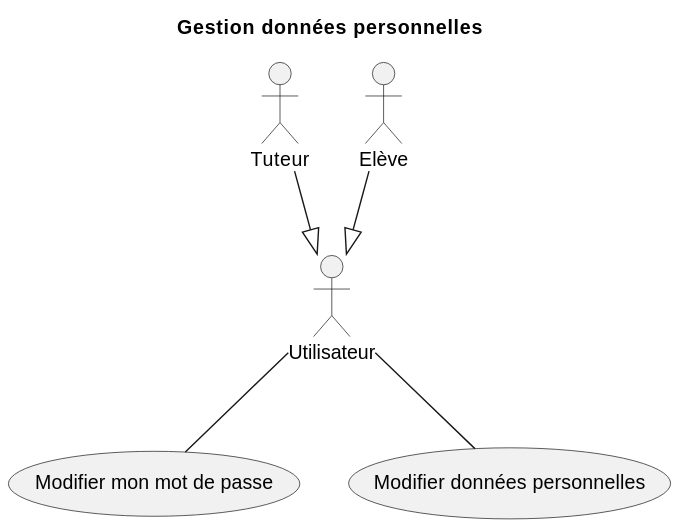
Before: diagrams/authentication/data_management.svg, a diagram exported from PlantUML (KMBCL/P3_specifications).
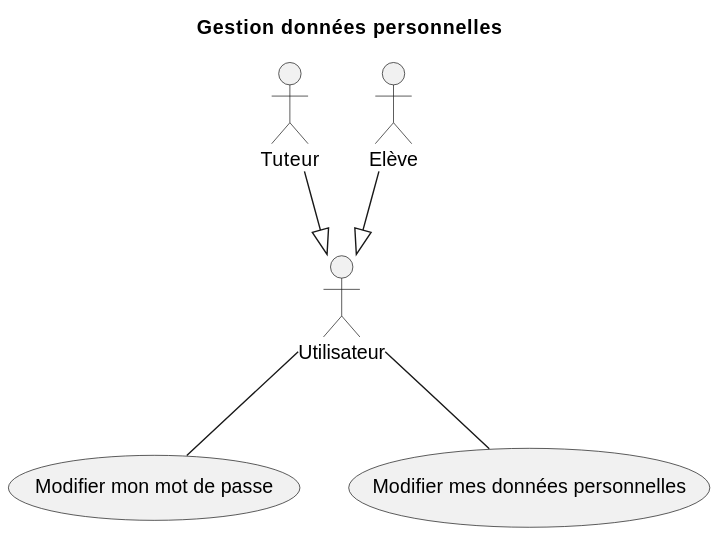
The same file after the commit.

Change to the diagram source:
```diff
@@ -7,7 +7,7 @@
 tutor --|> Utilisateur
 
 usecase "Modifier mon mot de passe" as password_managing
-usecase "Modifier données personnelles" as personal_data_managing
+usecase "Modifier mes données personnelles" as personal_data_managing
 
 Utilisateur -- password_managing
 Utilisateur -- personal_data_managing
```
